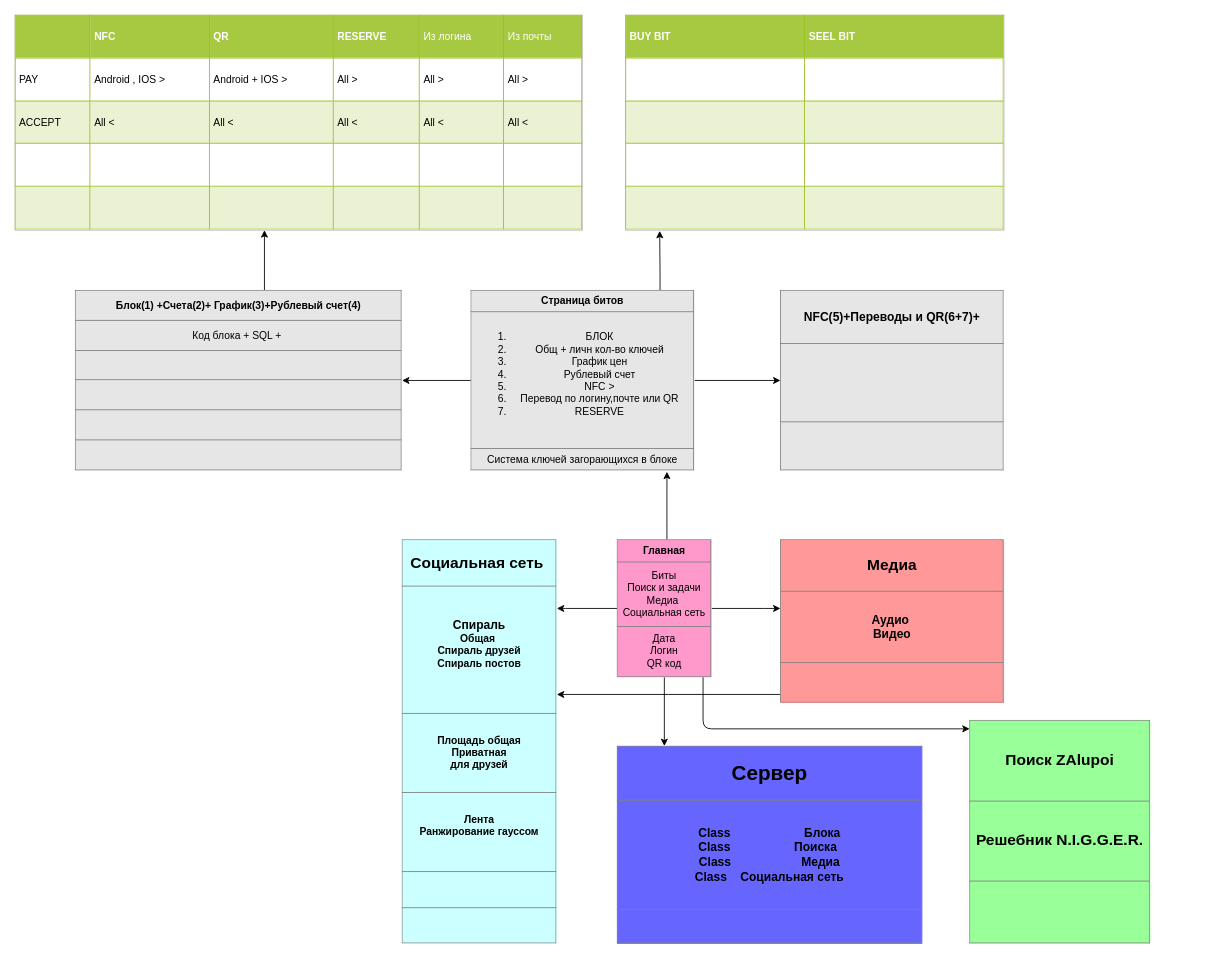
Before: page "Page-1" (1 of 2) of Untitled Diagram.drawio in Process64/Project-Euler, a draw.io diagram. Source tidied: cells renumbered, new cells numbered last; positions are measured from the earlier drawing's top-left corner, leaving out a move shared by most shapes. Both pictures are drawn from the tidied source at 86%, with x=0, y=0 at pixel (15, 15).
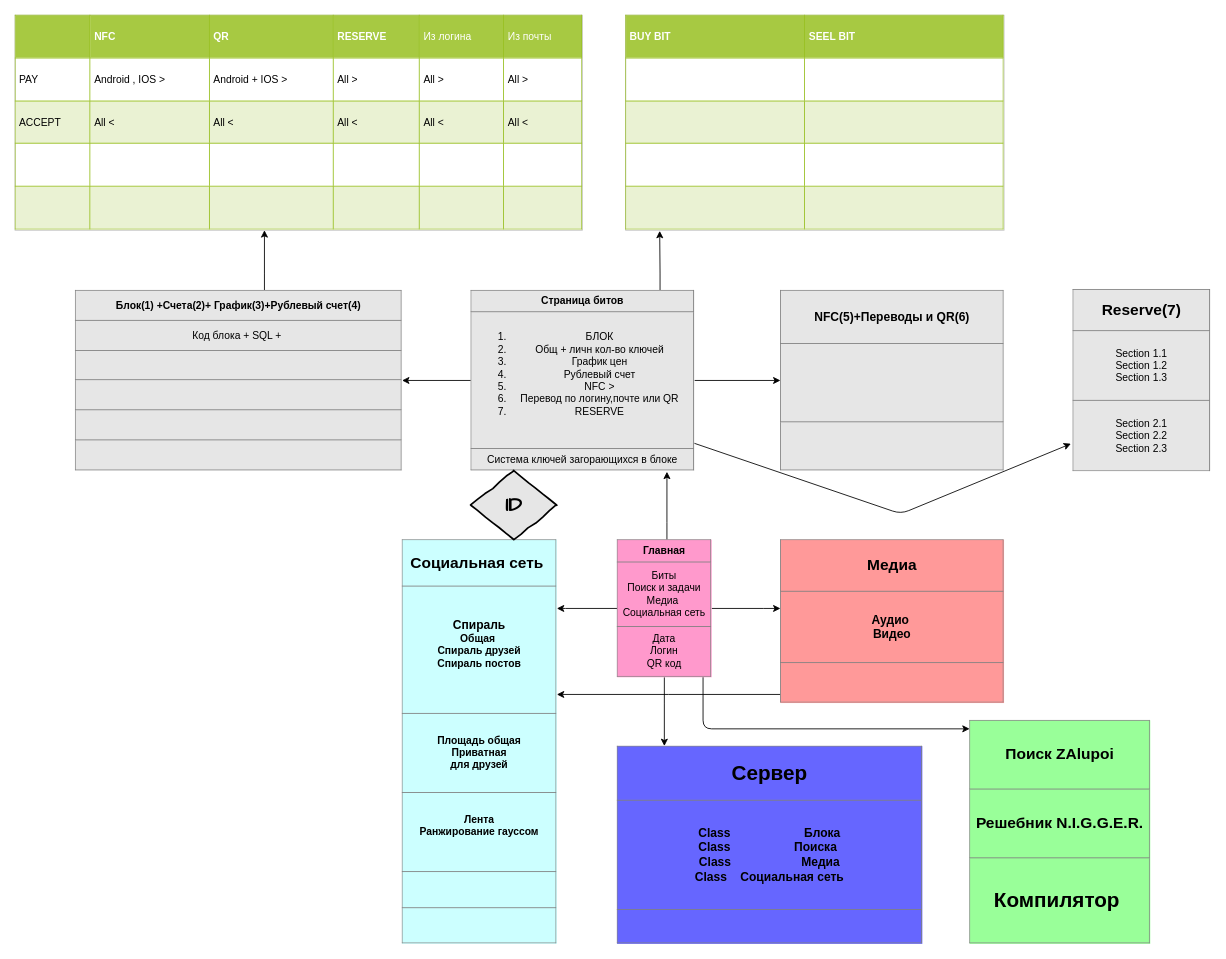
The same page after the edit.

What changed in the source:
```diff
@@
-    <mxCell id="11" value="&lt;table border=&quot;1&quot; width=&quot;100%&quot; cellpadding=&quot;4&quot; style=&quot;width: 100% ; height: 100% ; border-collapse: collapse&quot; align=&quot;left&quot;&gt;&lt;tbody&gt;&lt;tr&gt;&lt;th align=&quot;center&quot;&gt;&lt;font style=&quot;font-size: 14px&quot;&gt;NFC(5)+Переводы и QR(6+7)+&lt;/font&gt;&lt;/th&gt;&lt;/tr&gt;&lt;tr&gt;&lt;td align=&quot;center&quot;&gt;&lt;div&gt;&lt;br&gt;&lt;/div&gt;&lt;br&gt;&lt;/td&gt;&lt;/tr&gt;&lt;tr&gt;&lt;td align=&quot;center&quot;&gt;&lt;br&gt;&lt;/td&gt;&lt;/tr&gt;&lt;/tbody&gt;&lt;/table&gt;" style="text;html=1;strokeColor=none;fillColor=#E6E6E6;overflow=fill;" parent="1" vertex="1">
+    <mxCell id="11" value="&lt;table border=&quot;1&quot; width=&quot;100%&quot; cellpadding=&quot;4&quot; style=&quot;width: 100% ; height: 100% ; border-collapse: collapse&quot; align=&quot;left&quot;&gt;&lt;tbody&gt;&lt;tr&gt;&lt;th align=&quot;center&quot;&gt;&lt;font style=&quot;font-size: 14px&quot;&gt;NFC(5)+Переводы и QR(6)&lt;/font&gt;&lt;/th&gt;&lt;/tr&gt;&lt;tr&gt;&lt;td align=&quot;center&quot;&gt;&lt;div&gt;&lt;br&gt;&lt;/div&gt;&lt;br&gt;&lt;/td&gt;&lt;/tr&gt;&lt;tr&gt;&lt;td align=&quot;center&quot;&gt;&lt;br&gt;&lt;/td&gt;&lt;/tr&gt;&lt;/tbody&gt;&lt;/table&gt;" style="text;html=1;strokeColor=none;fillColor=#E6E6E6;overflow=fill;" parent="1" vertex="1">
       <mxGeometry x="890" y="319.8" width="260" height="210.2" as="geometry" />
     </mxCell>
@@
-    <mxCell id="21" value="&lt;table border=&quot;1&quot; width=&quot;100%&quot; cellpadding=&quot;4&quot; style=&quot;width: 100% ; height: 100% ; border-collapse: collapse&quot;&gt;&lt;tbody&gt;&lt;tr&gt;&lt;th align=&quot;center&quot;&gt;&lt;font style=&quot;font-size: 18px&quot;&gt;Поиск ZAlupoi&lt;/font&gt;&lt;/th&gt;&lt;/tr&gt;&lt;tr&gt;&lt;td align=&quot;center&quot;&gt;&lt;font style=&quot;font-size: 18px&quot;&gt;&lt;b&gt;Решебник N.I.G.G.E.R.&lt;/b&gt;&lt;/font&gt;&lt;/td&gt;&lt;/tr&gt;&lt;tr&gt;&lt;td align=&quot;center&quot;&gt;&lt;br&gt;&lt;/td&gt;&lt;/tr&gt;&lt;/tbody&gt;&lt;/table&gt;" style="text;html=1;strokeColor=none;fillColor=#99FF99;overflow=fill;" parent="1" vertex="1">
+    <mxCell id="21" value="&lt;table border=&quot;1&quot; width=&quot;100%&quot; cellpadding=&quot;4&quot; style=&quot;width: 100% ; height: 100% ; border-collapse: collapse&quot;&gt;&lt;tbody&gt;&lt;tr&gt;&lt;th align=&quot;center&quot;&gt;&lt;font style=&quot;font-size: 18px&quot;&gt;Поиск ZAlupoi&lt;/font&gt;&lt;/th&gt;&lt;/tr&gt;&lt;tr&gt;&lt;td align=&quot;center&quot;&gt;&lt;font style=&quot;font-size: 18px&quot;&gt;&lt;b&gt;Решебник N.I.G.G.E.R.&lt;/b&gt;&lt;/font&gt;&lt;/td&gt;&lt;/tr&gt;&lt;tr&gt;&lt;td align=&quot;center&quot;&gt;&lt;font style=&quot;font-size: 24px&quot;&gt;&lt;b&gt;Компилятор&amp;nbsp;&lt;/b&gt;&lt;/font&gt;&lt;/td&gt;&lt;/tr&gt;&lt;/tbody&gt;&lt;/table&gt;" style="text;html=1;strokeColor=none;fillColor=#99FF99;overflow=fill;" parent="1" vertex="1">
       <mxGeometry x="1110" y="820" width="210" height="260" as="geometry" />
     </mxCell>
+    <mxCell id="22" style="endArrow=classic;html=1;entryX=-0.014;entryY=0.851;entryDx=0;entryDy=0;entryPerimeter=0;" parent="1" edge="1" target="23">
+      <mxGeometry relative="1" as="geometry">
+        <mxPoint x="790" y="498" as="sourcePoint" />
+        <Array as="points">
+          <mxPoint x="1030" y="580" />
+        </Array>
+      </mxGeometry>
+    </mxCell>
+    <mxCell id="23" value="&lt;table border=&quot;1&quot; width=&quot;100%&quot; cellpadding=&quot;4&quot; style=&quot;width: 100% ; height: 100% ; border-collapse: collapse&quot;&gt;&lt;tbody&gt;&lt;tr&gt;&lt;th align=&quot;center&quot;&gt;&lt;span style=&quot;font-size: 18px&quot;&gt;Reserve(7)&lt;/span&gt;&lt;/th&gt;&lt;/tr&gt;&lt;tr&gt;&lt;td align=&quot;center&quot;&gt;Section 1.1&lt;br&gt;Section 1.2&lt;br&gt;Section 1.3&lt;/td&gt;&lt;/tr&gt;&lt;tr&gt;&lt;td align=&quot;center&quot;&gt;Section 2.1&lt;br&gt;Section 2.2&lt;br&gt;Section 2.3&lt;/td&gt;&lt;/tr&gt;&lt;/tbody&gt;&lt;/table&gt;" style="text;html=1;strokeColor=none;fillColor=#E6E6E6;overflow=fill;" parent="1" vertex="1">
+      <mxGeometry x="1230" y="318.5" width="160" height="211.5" as="geometry" />
+    </mxCell>
+    <mxCell id="24" value="&lt;font style=&quot;font-size: 24px&quot;&gt;ID&lt;/font&gt;" style="rhombus;html=1;align=center;whiteSpace=wrap;comic=1;strokeWidth=2;fontFamily=Comic Sans MS;fontStyle=1;fillColor=#E6E6E6;" parent="1" vertex="1">
+      <mxGeometry x="530" y="530" width="100" height="80" as="geometry" />
+    </mxCell>
```
